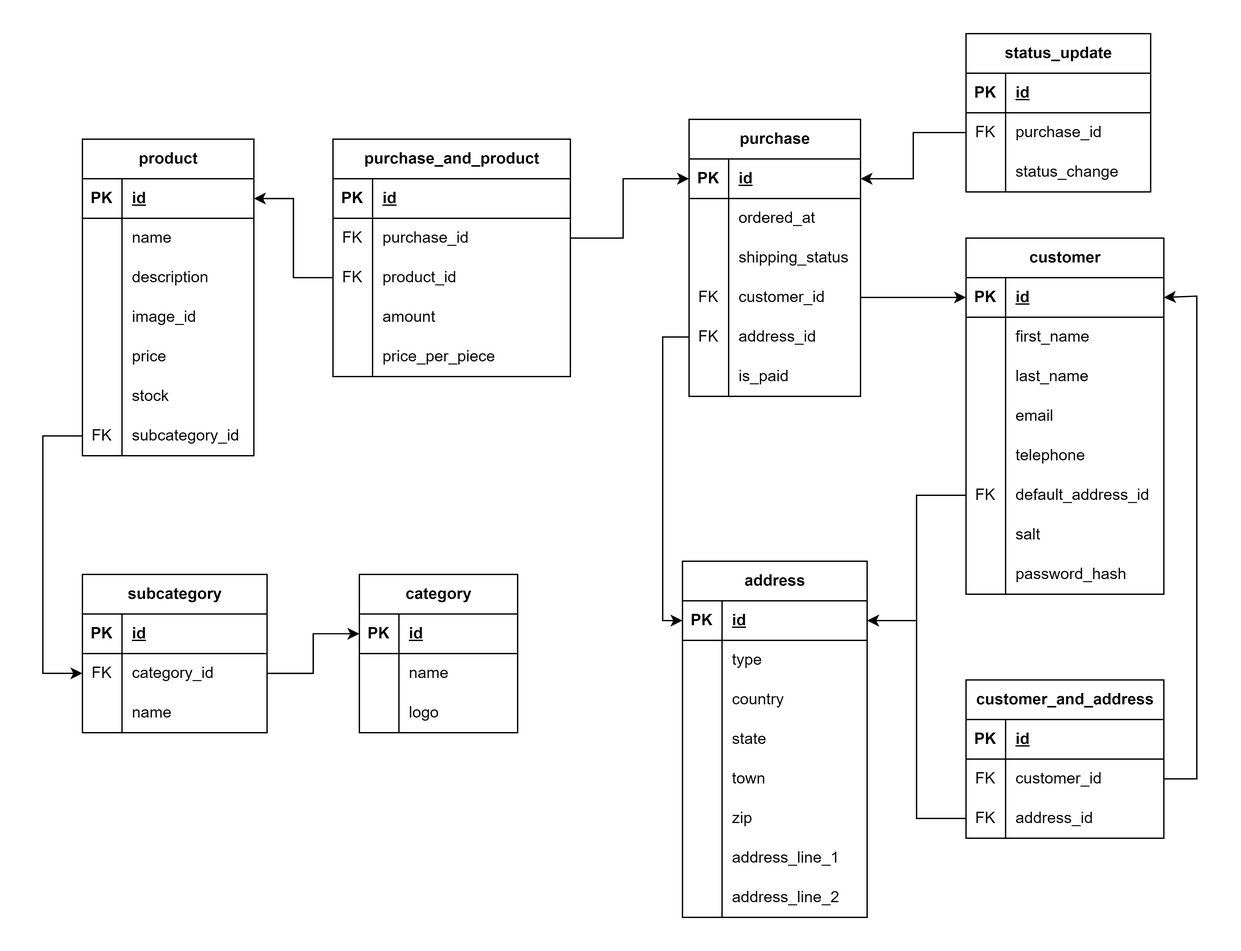
Above: Documentation/Ecommerce ER.png in shekelboi/EcommerceDatabase (draw.io), before the change. Source tidied: cells renumbered, new cells last; positions are measured from the earlier drawing's top-left corner, leaving out a move shared by most shapes.
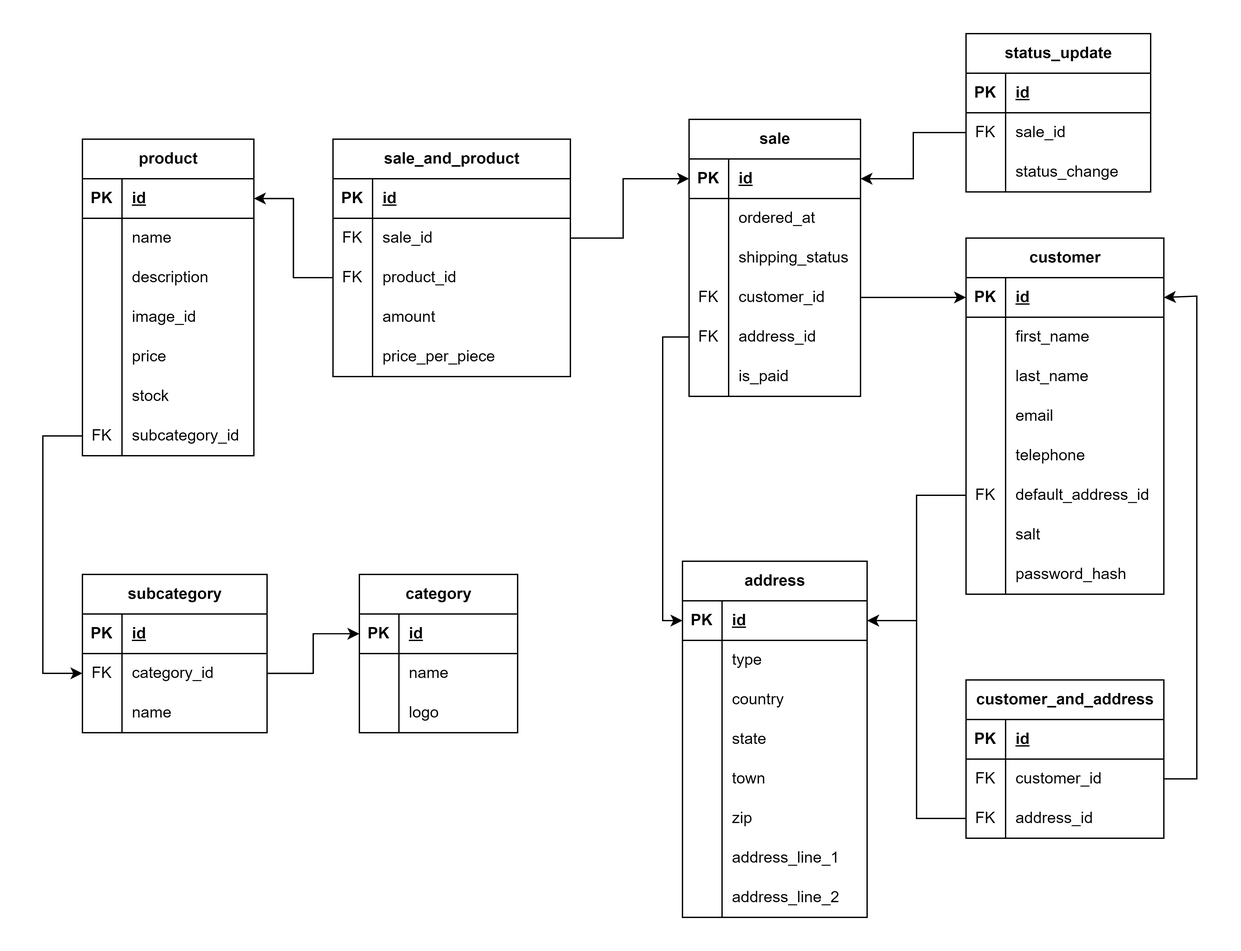
After the commit.

Commit message:
Renamed purchase to sale

Change to the diagram source:
```diff
@@ -131,7 +131,7 @@
     <mxCell id="44" value="subcategory_id" style="shape=partialRectangle;fillColor=none;top=0;left=0;bottom=0;right=0;align=left;spacingLeft=6;overflow=hidden;whiteSpace=wrap;html=1;" parent="42" vertex="1">
       <mxGeometry x="30" width="100" height="30" as="geometry" />
     </mxCell>
-    <mxCell id="45" value="purchase" style="shape=table;startSize=30;rowLines=0;fontStyle=1;align=center;html=1;" parent="1" vertex="1">
+    <mxCell id="45" value="sale" style="shape=table;startSize=30;rowLines=0;fontStyle=1;align=center;html=1;" parent="1" vertex="1">
       <mxGeometry x="490" y="65" width="130" height="210" as="geometry" />
     </mxCell>
     <mxCell id="46" style="shape=tableRow;horizontal=0;startSize=0;swimlaneHead=0;swimlaneBody=0;fillColor=none;points=[[0,0.5],[1,0.5]];portConstraint=eastwest;top=0;left=0;right=0;bottom=1;" parent="45" vertex="1">
@@ -188,7 +188,7 @@
     <mxCell id="63" value="is_paid" style="shape=partialRectangle;fillColor=none;top=0;left=0;bottom=0;right=0;align=left;spacingLeft=6;overflow=hidden;whiteSpace=wrap;html=1;" parent="61" vertex="1">
       <mxGeometry x="30" width="100" height="30" as="geometry" />
     </mxCell>
-    <mxCell id="64" value="purchase_and_product" style="shape=table;startSize=30;rowLines=0;fontStyle=1;align=center;html=1;" parent="1" vertex="1">
+    <mxCell id="64" value="sale_and_product" style="shape=table;startSize=30;rowLines=0;fontStyle=1;align=center;html=1;" parent="1" vertex="1">
       <mxGeometry x="220" y="80" width="180" height="180" as="geometry" />
     </mxCell>
     <mxCell id="65" style="shape=tableRow;horizontal=0;startSize=0;swimlaneHead=0;swimlaneBody=0;fillColor=none;top=0;left=0;right=0;bottom=1;" parent="64" vertex="1">
@@ -206,7 +206,7 @@
     <mxCell id="69" value="FK" style="shape=partialRectangle;fillColor=none;top=0;left=0;bottom=0;right=0;overflow=hidden;whiteSpace=wrap;html=1;" parent="68" vertex="1">
       <mxGeometry width="30" height="30" as="geometry" />
     </mxCell>
-    <mxCell id="70" value="purchase_id" style="shape=partialRectangle;fillColor=none;top=0;left=0;bottom=0;right=0;align=left;spacingLeft=6;overflow=hidden;whiteSpace=wrap;html=1;" parent="68" vertex="1">
+    <mxCell id="70" value="sale_id" style="shape=partialRectangle;fillColor=none;top=0;left=0;bottom=0;right=0;align=left;spacingLeft=6;overflow=hidden;whiteSpace=wrap;html=1;" parent="68" vertex="1">
       <mxGeometry x="30" width="150" height="30" as="geometry" />
     </mxCell>
     <mxCell id="71" style="shape=tableRow;horizontal=0;startSize=0;swimlaneHead=0;swimlaneBody=0;fillColor=none;points=[[0,0.5],[1,0.5]];portConstraint=eastwest;top=0;left=0;right=0;bottom=0;" parent="64" vertex="1">
@@ -265,7 +265,7 @@
     <mxCell id="87" value="FK" style="shape=partialRectangle;fillColor=none;top=0;left=0;bottom=0;right=0;overflow=hidden;whiteSpace=wrap;html=1;" parent="86" vertex="1">
       <mxGeometry width="30" height="30" as="geometry" />
     </mxCell>
-    <mxCell id="88" value="purchase_id" style="shape=partialRectangle;fillColor=none;top=0;left=0;bottom=0;right=0;align=left;spacingLeft=6;overflow=hidden;whiteSpace=wrap;html=1;" parent="86" vertex="1">
+    <mxCell id="88" value="sale_id" style="shape=partialRectangle;fillColor=none;top=0;left=0;bottom=0;right=0;align=left;spacingLeft=6;overflow=hidden;whiteSpace=wrap;html=1;" parent="86" vertex="1">
       <mxGeometry x="30" width="110" height="30" as="geometry" />
     </mxCell>
     <mxCell id="89" style="shape=tableRow;horizontal=0;startSize=0;swimlaneHead=0;swimlaneBody=0;fillColor=none;top=0;left=0;right=0;bottom=0;" parent="82" vertex="1">
```
